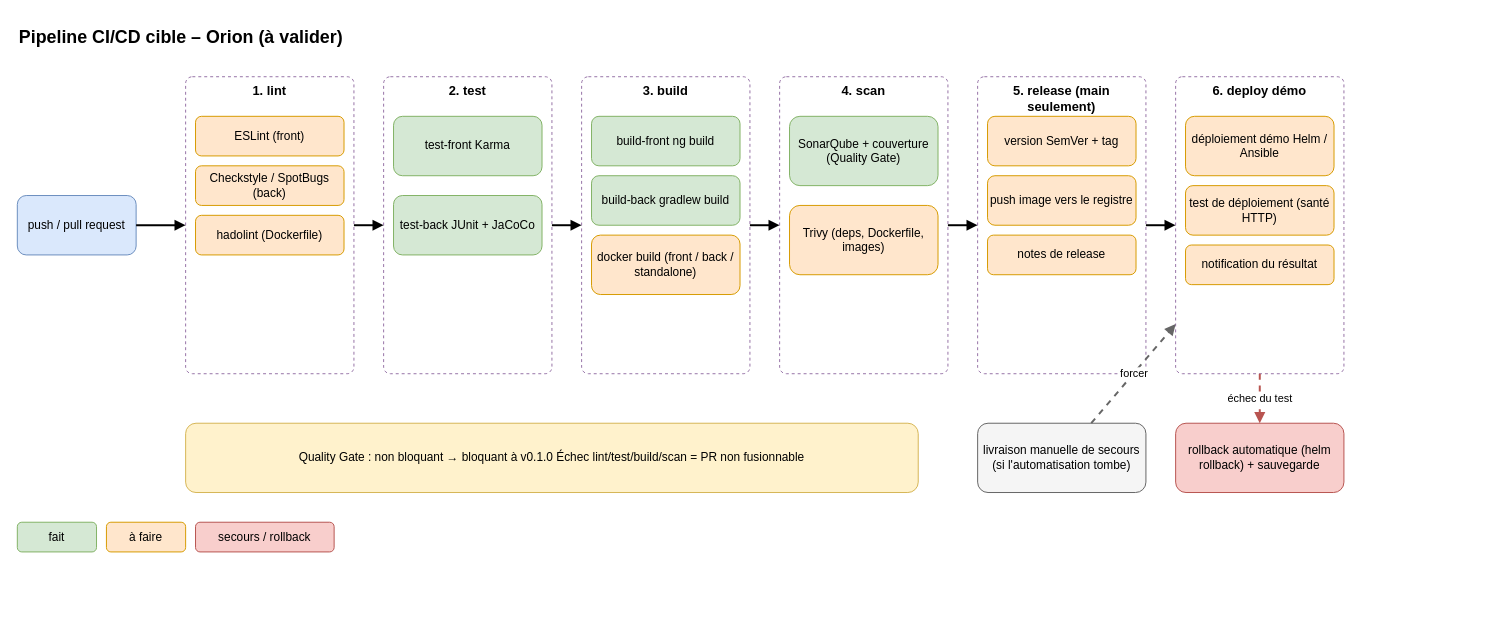
denoyela-4913/dev-project-06-orion keeps this draw.io diagram as docs/livrables/schema_pipeline_ci_cd.drawio. Above is the earlier version. Source tidied: cells renumbered, new cells numbered last; positions are measured from the earlier drawing's top-left corner, leaving out a move shared by most shapes. Both pictures are drawn from the tidied source at 99%, with x=0, y=0 at pixel (17, 17).
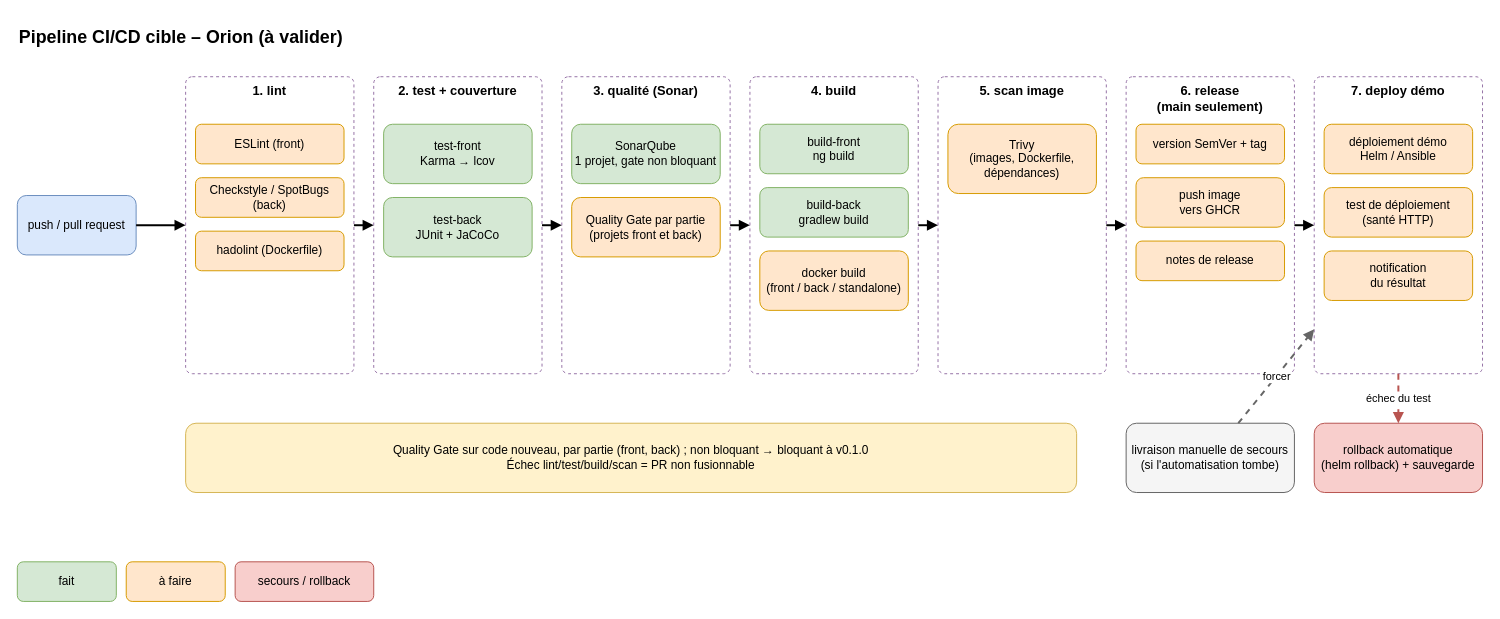
After the change.

Commit message (it also covers changes not shown here):
docs: redraw the pipeline schema with Sonar before the build

The schema showed the scan after the build, while the CI now runs tests, then Sonar (reusing the coverage
reports), then the build. Trivy on the image stays after the docker build because it scans the built image.
The schema also shows the proposed per-part quality gate.

Unchanged cells that the change refers to:
```xml
<mxCell id="3" value="push / pull request" style="rounded=1;whiteSpace=wrap;html=1;fillColor=#dae8fc;strokeColor=#6c8ebf;" parent="1" vertex="1">
  <mxGeometry y="180" width="120" height="60" as="geometry" />
</mxCell>
<mxCell id="4" value="1. lint" style="rounded=1;whiteSpace=wrap;html=1;fillColor=#ffffff;strokeColor=#9673a6;dashed=1;verticalAlign=top;fontStyle=1;fontSize=13;arcSize=4;" parent="1" vertex="1">
  <mxGeometry x="170" y="60" width="170" height="300" as="geometry" />
</mxCell>
```

Diff of the diagram source:
```diff
@@
-    <mxCell id="5" value="2. test" style="rounded=1;whiteSpace=wrap;html=1;fillColor=#ffffff;strokeColor=#9673a6;dashed=1;verticalAlign=top;fontStyle=1;fontSize=13;arcSize=4;" parent="1" vertex="1">
-      <mxGeometry x="370" y="60" width="170" height="300" as="geometry" />
-    </mxCell>
-    <mxCell id="6" value="3. build" style="rounded=1;whiteSpace=wrap;html=1;fillColor=#ffffff;strokeColor=#9673a6;dashed=1;verticalAlign=top;fontStyle=1;fontSize=13;arcSize=4;" parent="1" vertex="1">
-      <mxGeometry x="570" y="60" width="170" height="300" as="geometry" />
-    </mxCell>
-    <mxCell id="7" value="4. scan" style="rounded=1;whiteSpace=wrap;html=1;fillColor=#ffffff;strokeColor=#9673a6;dashed=1;verticalAlign=top;fontStyle=1;fontSize=13;arcSize=4;" parent="1" vertex="1">
-      <mxGeometry x="770" y="60" width="170" height="300" as="geometry" />
-    </mxCell>
-    <mxCell id="8" value="5. release (main seulement)" style="rounded=1;whiteSpace=wrap;html=1;fillColor=#ffffff;strokeColor=#9673a6;dashed=1;verticalAlign=top;fontStyle=1;fontSize=13;arcSize=4;" parent="1" vertex="1">
-      <mxGeometry x="970" y="60" width="170" height="300" as="geometry" />
-    </mxCell>
-    <mxCell id="9" value="6. deploy démo" style="rounded=1;whiteSpace=wrap;html=1;fillColor=#ffffff;strokeColor=#9673a6;dashed=1;verticalAlign=top;fontStyle=1;fontSize=13;arcSize=4;" parent="1" vertex="1">
-      <mxGeometry x="1170" y="60" width="170" height="300" as="geometry" />
-    </mxCell>
     <mxCell id="10" value="ESLint (front)" style="rounded=1;whiteSpace=wrap;html=1;fillColor=#ffe6cc;strokeColor=#d79b00;" parent="1" vertex="1">
-      <mxGeometry x="180" y="100" width="150" height="40" as="geometry" />
+      <mxGeometry x="180" y="108" width="150" height="40" as="geometry" />
     </mxCell>
     <mxCell id="11" value="Checkstyle / SpotBugs (back)" style="rounded=1;whiteSpace=wrap;html=1;fillColor=#ffe6cc;strokeColor=#d79b00;" parent="1" vertex="1">
-      <mxGeometry x="180" y="150" width="150" height="40" as="geometry" />
+      <mxGeometry x="180" y="162" width="150" height="40" as="geometry" />
     </mxCell>
     <mxCell id="12" value="hadolint (Dockerfile)" style="rounded=1;whiteSpace=wrap;html=1;fillColor=#ffe6cc;strokeColor=#d79b00;" parent="1" vertex="1">
-      <mxGeometry x="180" y="200" width="150" height="40" as="geometry" />
+      <mxGeometry x="180" y="216" width="150" height="40" as="geometry" />
     </mxCell>
-    <mxCell id="13" value="test-front Karma" style="rounded=1;whiteSpace=wrap;html=1;fillColor=#d5e8d4;strokeColor=#82b366;" parent="1" vertex="1">
-      <mxGeometry x="380" y="100" width="150" height="60" as="geometry" />
-    </mxCell>
+    <mxCell id="26" style="endArrow=block;html=1;rounded=0;strokeWidth=2;" parent="1" edge="1" source="3" target="4">
+      <mxGeometry relative="1" as="geometry" />
+    </mxCell>
+    <mxCell id="40" value="2. test + couverture" style="rounded=1;whiteSpace=wrap;html=1;fillColor=#ffffff;strokeColor=#9673a6;dashed=1;verticalAlign=top;fontStyle=1;fontSize=13;arcSize=4;" parent="1" vertex="1">
+      <mxGeometry x="360" y="60" width="170" height="300" as="geometry" />
+    </mxCell>
+    <mxCell id="41" value="test-front&#10;Karma → lcov" style="rounded=1;whiteSpace=wrap;html=1;fillColor=#d5e8d4;strokeColor=#82b366;" parent="1" vertex="1">
+      <mxGeometry x="370" y="108" width="150" height="60" as="geometry" />
+    </mxCell>
-    <mxCell id="14" value="test-back JUnit + JaCoCo" style="rounded=1;whiteSpace=wrap;html=1;fillColor=#d5e8d4;strokeColor=#82b366;" parent="1" vertex="1">
-      <mxGeometry x="380" y="180" width="150" height="60" as="geometry" />
+    <mxCell id="14" value="test-back&#10;JUnit + JaCoCo" style="rounded=1;whiteSpace=wrap;html=1;fillColor=#d5e8d4;strokeColor=#82b366;" parent="1" vertex="1">
+      <mxGeometry x="370" y="182" width="150" height="60" as="geometry" />
     </mxCell>
+    <mxCell id="42" style="endArrow=block;html=1;rounded=0;strokeWidth=2;" parent="1" edge="1" source="4" target="40">
+      <mxGeometry relative="1" as="geometry" />
+    </mxCell>
+    <mxCell id="43" value="3. qualité (Sonar)" style="rounded=1;whiteSpace=wrap;html=1;fillColor=#ffffff;strokeColor=#9673a6;dashed=1;verticalAlign=top;fontStyle=1;fontSize=13;arcSize=4;" parent="1" vertex="1">
+      <mxGeometry x="550" y="60" width="170" height="300" as="geometry" />
+    </mxCell>
+    <mxCell id="44" value="SonarQube&#10;1 projet, gate non bloquant" style="rounded=1;whiteSpace=wrap;html=1;fillColor=#d5e8d4;strokeColor=#82b366;" parent="1" vertex="1">
+      <mxGeometry x="560" y="108" width="150" height="60" as="geometry" />
+    </mxCell>
+    <mxCell id="45" value="Quality Gate par partie&#10;(projets front et back)" style="rounded=1;whiteSpace=wrap;html=1;fillColor=#ffe6cc;strokeColor=#d79b00;" parent="1" vertex="1">
+      <mxGeometry x="560" y="182" width="150" height="60" as="geometry" />
+    </mxCell>
+    <mxCell id="46" style="endArrow=block;html=1;rounded=0;strokeWidth=2;" parent="1" edge="1" source="40" target="43">
+      <mxGeometry relative="1" as="geometry" />
+    </mxCell>
+    <mxCell id="47" value="4. build" style="rounded=1;whiteSpace=wrap;html=1;fillColor=#ffffff;strokeColor=#9673a6;dashed=1;verticalAlign=top;fontStyle=1;fontSize=13;arcSize=4;" parent="1" vertex="1">
+      <mxGeometry x="740" y="60" width="170" height="300" as="geometry" />
+    </mxCell>
-    <mxCell id="15" value="build-front ng build" style="rounded=1;whiteSpace=wrap;html=1;fillColor=#d5e8d4;strokeColor=#82b366;" parent="1" vertex="1">
-      <mxGeometry x="580" y="100" width="150" height="50" as="geometry" />
+    <mxCell id="15" value="build-front&#10;ng build" style="rounded=1;whiteSpace=wrap;html=1;fillColor=#d5e8d4;strokeColor=#82b366;" parent="1" vertex="1">
+      <mxGeometry x="750" y="108" width="150" height="50" as="geometry" />
     </mxCell>
-    <mxCell id="16" value="build-back gradlew build" style="rounded=1;whiteSpace=wrap;html=1;fillColor=#d5e8d4;strokeColor=#82b366;" parent="1" vertex="1">
-      <mxGeometry x="580" y="160" width="150" height="50" as="geometry" />
+    <mxCell id="16" value="build-back&#10;gradlew build" style="rounded=1;whiteSpace=wrap;html=1;fillColor=#d5e8d4;strokeColor=#82b366;" parent="1" vertex="1">
+      <mxGeometry x="750" y="172" width="150" height="50" as="geometry" />
     </mxCell>
-    <mxCell id="17" value="docker build (front / back / standalone)" style="rounded=1;whiteSpace=wrap;html=1;fillColor=#ffe6cc;strokeColor=#d79b00;" parent="1" vertex="1">
-      <mxGeometry x="580" y="220" width="150" height="60" as="geometry" />
+    <mxCell id="17" value="docker build&#10;(front / back / standalone)" style="rounded=1;whiteSpace=wrap;html=1;fillColor=#ffe6cc;strokeColor=#d79b00;" parent="1" vertex="1">
+      <mxGeometry x="750" y="236" width="150" height="60" as="geometry" />
     </mxCell>
-    <mxCell id="18" value="SonarQube + couverture (Quality Gate)" style="rounded=1;whiteSpace=wrap;html=1;fillColor=#d5e8d4;strokeColor=#82b366;" parent="1" vertex="1">
-      <mxGeometry x="780" y="100" width="150" height="70" as="geometry" />
-    </mxCell>
-    <mxCell id="19" value="Trivy (deps, Dockerfile, images)" style="rounded=1;whiteSpace=wrap;html=1;fillColor=#ffe6cc;strokeColor=#d79b00;" parent="1" vertex="1">
-      <mxGeometry x="780" y="190" width="150" height="70" as="geometry" />
-    </mxCell>
+    <mxCell id="48" style="endArrow=block;html=1;rounded=0;strokeWidth=2;" parent="1" edge="1" source="43" target="47">
+      <mxGeometry relative="1" as="geometry" />
+    </mxCell>
+    <mxCell id="49" value="5. scan image" style="rounded=1;whiteSpace=wrap;html=1;fillColor=#ffffff;strokeColor=#9673a6;dashed=1;verticalAlign=top;fontStyle=1;fontSize=13;arcSize=4;" parent="1" vertex="1">
+      <mxGeometry x="930" y="60" width="170" height="300" as="geometry" />
+    </mxCell>
+    <mxCell id="50" value="Trivy&#10;(images, Dockerfile, dépendances)" style="rounded=1;whiteSpace=wrap;html=1;fillColor=#ffe6cc;strokeColor=#d79b00;" parent="1" vertex="1">
+      <mxGeometry x="940" y="108" width="150" height="70" as="geometry" />
+    </mxCell>
+    <mxCell id="51" style="endArrow=block;html=1;rounded=0;strokeWidth=2;" parent="1" edge="1" source="47" target="49">
+      <mxGeometry relative="1" as="geometry" />
+    </mxCell>
+    <mxCell id="52" value="6. release&#10;(main seulement)" style="rounded=1;whiteSpace=wrap;html=1;fillColor=#ffffff;strokeColor=#9673a6;dashed=1;verticalAlign=top;fontStyle=1;fontSize=13;arcSize=4;" parent="1" vertex="1">
+      <mxGeometry x="1120" y="60" width="170" height="300" as="geometry" />
+    </mxCell>
     <mxCell id="20" value="version SemVer + tag" style="rounded=1;whiteSpace=wrap;html=1;fillColor=#ffe6cc;strokeColor=#d79b00;" parent="1" vertex="1">
-      <mxGeometry x="980" y="100" width="150" height="50" as="geometry" />
+      <mxGeometry x="1130" y="108" width="150" height="40" as="geometry" />
     </mxCell>
-    <mxCell id="21" value="push image vers le registre" style="rounded=1;whiteSpace=wrap;html=1;fillColor=#ffe6cc;strokeColor=#d79b00;" parent="1" vertex="1">
-      <mxGeometry x="980" y="160" width="150" height="50" as="geometry" />
-    </mxCell>
+    <mxCell id="53" value="push image&#10;vers GHCR" style="rounded=1;whiteSpace=wrap;html=1;fillColor=#ffe6cc;strokeColor=#d79b00;" parent="1" vertex="1">
+      <mxGeometry x="1130" y="162" width="150" height="50" as="geometry" />
+    </mxCell>
     <mxCell id="22" value="notes de release" style="rounded=1;whiteSpace=wrap;html=1;fillColor=#ffe6cc;strokeColor=#d79b00;" parent="1" vertex="1">
-      <mxGeometry x="980" y="220" width="150" height="40" as="geometry" />
+      <mxGeometry x="1130" y="226" width="150" height="40" as="geometry" />
     </mxCell>
+    <mxCell id="54" style="endArrow=block;html=1;rounded=0;strokeWidth=2;" parent="1" edge="1" source="49" target="52">
+      <mxGeometry relative="1" as="geometry" />
+    </mxCell>
+    <mxCell id="55" value="7. deploy démo" style="rounded=1;whiteSpace=wrap;html=1;fillColor=#ffffff;strokeColor=#9673a6;dashed=1;verticalAlign=top;fontStyle=1;fontSize=13;arcSize=4;" parent="1" vertex="1">
+      <mxGeometry x="1310" y="60" width="170" height="300" as="geometry" />
+    </mxCell>
-    <mxCell id="23" value="déploiement démo Helm / Ansible" style="rounded=1;whiteSpace=wrap;html=1;fillColor=#ffe6cc;strokeColor=#d79b00;" parent="1" vertex="1">
-      <mxGeometry x="1180" y="100" width="150" height="60" as="geometry" />
+    <mxCell id="23" value="déploiement démo&#10;Helm / Ansible" style="rounded=1;whiteSpace=wrap;html=1;fillColor=#ffe6cc;strokeColor=#d79b00;" parent="1" vertex="1">
+      <mxGeometry x="1320" y="108" width="150" height="50" as="geometry" />
     </mxCell>
-    <mxCell id="24" value="test de déploiement (santé HTTP)" style="rounded=1;whiteSpace=wrap;html=1;fillColor=#ffe6cc;strokeColor=#d79b00;" parent="1" vertex="1">
-      <mxGeometry x="1180" y="170" width="150" height="50" as="geometry" />
+    <mxCell id="24" value="test de déploiement&#10;(santé HTTP)" style="rounded=1;whiteSpace=wrap;html=1;fillColor=#ffe6cc;strokeColor=#d79b00;" parent="1" vertex="1">
+      <mxGeometry x="1320" y="172" width="150" height="50" as="geometry" />
     </mxCell>
-    <mxCell id="25" value="notification du résultat" style="rounded=1;whiteSpace=wrap;html=1;fillColor=#ffe6cc;strokeColor=#d79b00;" parent="1" vertex="1">
-      <mxGeometry x="1180" y="230" width="150" height="40" as="geometry" />
+    <mxCell id="25" value="notification&#10;du résultat" style="rounded=1;whiteSpace=wrap;html=1;fillColor=#ffe6cc;strokeColor=#d79b00;" parent="1" vertex="1">
+      <mxGeometry x="1320" y="236" width="150" height="50" as="geometry" />
     </mxCell>
-    <mxCell id="26" style="endArrow=block;html=1;rounded=0;strokeWidth=2;" parent="1" edge="1" source="3" target="4">
-      <mxGeometry relative="1" as="geometry" />
-    </mxCell>
-    <mxCell id="27" style="endArrow=block;html=1;rounded=0;strokeWidth=2;" parent="1" edge="1" source="4" target="5">
-      <mxGeometry relative="1" as="geometry" />
-    </mxCell>
-    <mxCell id="28" style="endArrow=block;html=1;rounded=0;strokeWidth=2;" parent="1" edge="1" source="5" target="6">
-      <mxGeometry relative="1" as="geometry" />
-    </mxCell>
-    <mxCell id="29" style="endArrow=block;html=1;rounded=0;strokeWidth=2;" parent="1" edge="1" source="6" target="7">
-      <mxGeometry relative="1" as="geometry" />
-    </mxCell>
-    <mxCell id="30" style="endArrow=block;html=1;rounded=0;strokeWidth=2;" parent="1" edge="1" source="7" target="8">
-      <mxGeometry relative="1" as="geometry" />
-    </mxCell>
-    <mxCell id="31" style="endArrow=block;html=1;rounded=0;strokeWidth=2;" parent="1" edge="1" source="8" target="9">
-      <mxGeometry relative="1" as="geometry" />
-    </mxCell>
+    <mxCell id="56" style="endArrow=block;html=1;rounded=0;strokeWidth=2;" parent="1" edge="1" source="52" target="55">
+      <mxGeometry relative="1" as="geometry" />
+    </mxCell>
-    <mxCell id="32" value="rollback automatique (helm rollback) + sauvegarde" style="rounded=1;whiteSpace=wrap;html=1;fillColor=#f8cecc;strokeColor=#b85450;" parent="1" vertex="1">
-      <mxGeometry x="1170" y="410" width="170" height="70" as="geometry" />
+    <mxCell id="32" value="rollback automatique&#10;(helm rollback) + sauvegarde" style="rounded=1;whiteSpace=wrap;html=1;fillColor=#f8cecc;strokeColor=#b85450;" parent="1" vertex="1">
+      <mxGeometry x="1310" y="410" width="170" height="70" as="geometry" />
     </mxCell>
-    <mxCell id="33" value="livraison manuelle de secours (si l'automatisation tombe)" style="rounded=1;whiteSpace=wrap;html=1;fillColor=#f5f5f5;strokeColor=#666666;" parent="1" vertex="1">
-      <mxGeometry x="970" y="410" width="170" height="70" as="geometry" />
+    <mxCell id="33" value="livraison manuelle de secours&#10;(si l'automatisation tombe)" style="rounded=1;whiteSpace=wrap;html=1;fillColor=#f5f5f5;strokeColor=#666666;" parent="1" vertex="1">
+      <mxGeometry x="1120" y="410" width="170" height="70" as="geometry" />
     </mxCell>
-    <mxCell id="34" value="échec du test" style="endArrow=block;html=1;rounded=0;strokeWidth=2;dashed=1;strokeColor=#b85450;" parent="1" edge="1" source="9" target="32">
+    <mxCell id="34" value="échec du test" style="endArrow=block;html=1;rounded=0;strokeWidth=2;dashed=1;strokeColor=#b85450;" parent="1" edge="1" source="55" target="32">
       <mxGeometry relative="1" as="geometry" />
     </mxCell>
-    <mxCell id="35" value="forcer" style="endArrow=block;html=1;rounded=0;strokeWidth=2;dashed=1;strokeColor=#666666;" parent="1" edge="1" source="33" target="9">
+    <mxCell id="35" value="forcer" style="endArrow=block;html=1;rounded=0;strokeWidth=2;dashed=1;strokeColor=#666666;" parent="1" edge="1" source="33" target="55">
       <mxGeometry relative="1" as="geometry" />
     </mxCell>
-    <mxCell id="36" value="Quality Gate : non bloquant → bloquant à v0.1.0 Échec lint/test/build/scan = PR non fusionnable" style="rounded=1;whiteSpace=wrap;html=1;fillColor=#fff2cc;strokeColor=#d6b656;" parent="1" vertex="1">
-      <mxGeometry x="170" y="410" width="740" height="70" as="geometry" />
-    </mxCell>
+    <mxCell id="57" value="Quality Gate sur code nouveau, par partie (front, back) ; non bloquant → bloquant à v0.1.0&#10;Échec lint/test/build/scan = PR non fusionnable" style="rounded=1;whiteSpace=wrap;html=1;fillColor=#fff2cc;strokeColor=#d6b656;" parent="1" vertex="1">
+      <mxGeometry x="170" y="410" width="900" height="70" as="geometry" />
+    </mxCell>
     <mxCell id="37" value="fait" style="rounded=1;whiteSpace=wrap;html=1;fillColor=#d5e8d4;strokeColor=#82b366;" parent="1" vertex="1">
-      <mxGeometry y="510" width="80" height="30" as="geometry" />
+      <mxGeometry y="550" width="100" height="40" as="geometry" />
     </mxCell>
     <mxCell id="38" value="à faire" style="rounded=1;whiteSpace=wrap;html=1;fillColor=#ffe6cc;strokeColor=#d79b00;" parent="1" vertex="1">
-      <mxGeometry x="90" y="510" width="80" height="30" as="geometry" />
+      <mxGeometry x="110" y="550" width="100" height="40" as="geometry" />
     </mxCell>
     <mxCell id="39" value="secours / rollback" style="rounded=1;whiteSpace=wrap;html=1;fillColor=#f8cecc;strokeColor=#b85450;" parent="1" vertex="1">
-      <mxGeometry x="180" y="510" width="140" height="30" as="geometry" />
+      <mxGeometry x="220" y="550" width="140" height="40" as="geometry" />
     </mxCell>
```
